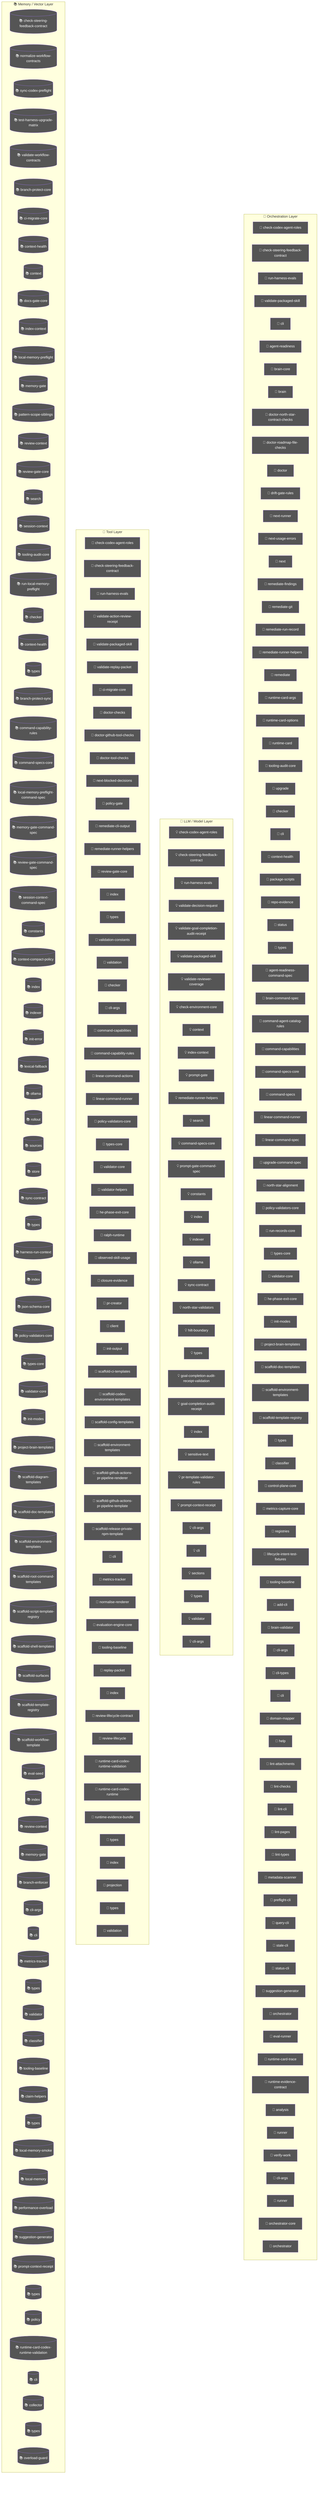
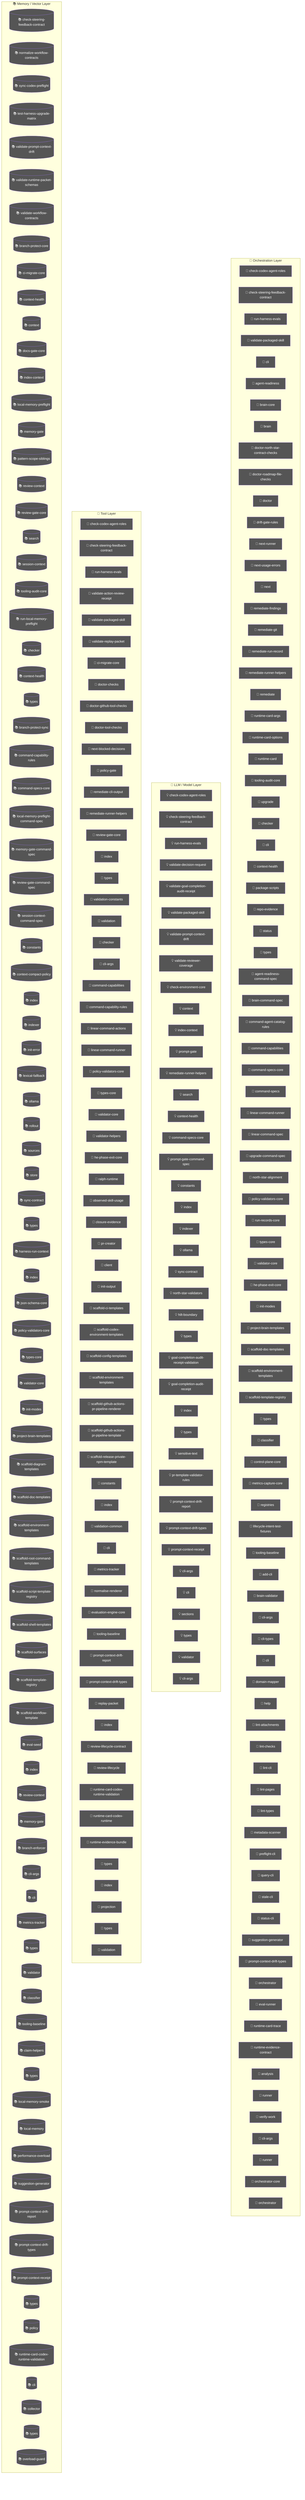
flowchart TD
  subgraph Orchestration["🎯 Orchestration Layer"]
    node_agent_mmd_orchestration_layer_orchestration_chec_7a9f0b64["🤖 check-codex-agent-roles"]
    node_agent_mmd_orchestration_layer_orchestration_chec_7fd47f5c["🤖 check-steering-feedback-contract"]
    node_agent_mmd_orchestration_layer_orchestration_run__18817957["🤖 run-harness-evals"]
    node_agent_mmd_orchestration_layer_orchestration_vali_c01b04be["🤖 validate-packaged-skill"]
    cli_99bb8840["🤖 cli"]
    agent_readiness_c82c68e6["🤖 agent-readiness"]
    brain_core_aa07c380["🤖 brain-core"]
    brain_bbbf7a64["🤖 brain"]
    doctor_north_star_contract_checks_0048124c["🤖 doctor-north-star-contract-checks"]
    doctor_roadmap_file_checks_14447b8e["🤖 doctor-roadmap-file-checks"]
    doctor_72f4be89["🤖 doctor"]
    drift_gate_rules_9685e72d["🤖 drift-gate-rules"]
    next_runner_41643472["🤖 next-runner"]
    next_usage_errors_837a345a["🤖 next-usage-errors"]
    next_c6c1c9a9["🤖 next"]
    remediate_findings_8b09c8c6["🤖 remediate-findings"]
    remediate_git_58c6f6f4["🤖 remediate-git"]
    remediate_run_record_9dfe5dc1["🤖 remediate-run-record"]
    node_agent_mmd_orchestration_layer_orchestration_reme_359fe98f["🤖 remediate-runner-helpers"]
    remediate_06b9c7fc["🤖 remediate"]
    runtime_card_args_2b3d4b28["🤖 runtime-card-args"]
    runtime_card_options_c9156ad5["🤖 runtime-card-options"]
    runtime_card_e06b53e1["🤖 runtime-card"]
    node_agent_mmd_orchestration_layer_orchestration_tool_acfe0c01["🤖 tooling-audit-core"]
    upgrade_7fef9479["🤖 upgrade"]
    node_agent_mmd_orchestration_layer_orchestration_chec_0550c395["🤖 checker"]
    cli_1_084e05fe["🤖 cli"]
    node_agent_mmd_orchestration_layer_orchestration_cont_61b3b9c9["🤖 context-health"]
    package_scripts_3ee6150f["🤖 package-scripts"]
    repo_evidence_38bb1de5["🤖 repo-evidence"]
    status_073c1634["🤖 status"]
    node_agent_mmd_orchestration_layer_orchestration_type_4f906dcc["🤖 types"]
    agent_readiness_command_spec_a30c2c1e["🤖 agent-readiness-command-spec"]
    brain_command_spec_15b122d5["🤖 brain-command-spec"]
    command_agent_catalog_rules_8e06b2af["🤖 command-agent-catalog-rules"]
    node_agent_mmd_orchestration_layer_orchestration_comm_6e41a7f7["🤖 command-capabilities"]
    node_agent_mmd_orchestration_layer_orchestration_comm_1f8cc24c["🤖 command-specs-core"]
    command_specs_69167c63["🤖 command-specs"]
    node_agent_mmd_orchestration_layer_orchestration_line_b67affd5["🤖 linear-command-runner"]
    linear_command_spec_1e12dd44["🤖 linear-command-spec"]
    upgrade_command_spec_03f6c7bd["🤖 upgrade-command-spec"]
    north_star_alignment_00440188["🤖 north-star-alignment"]
    node_agent_mmd_orchestration_layer_orchestration_poli_3270b55d["🤖 policy-validators-core"]
    run_records_core_89286dfa["🤖 run-records-core"]
    node_agent_mmd_orchestration_layer_orchestration_type_7cf81261["🤖 types-core"]
    node_agent_mmd_orchestration_layer_orchestration_vali_d9fe99e6["🤖 validator-core"]
    node_agent_mmd_orchestration_layer_orchestration_he_p_fc778c24["🤖 he-phase-exit-core"]
    node_agent_mmd_orchestration_layer_orchestration_init_2a9c3ecb["🤖 init-modes"]
    node_agent_mmd_orchestration_layer_orchestration_proj_6ab6f60f["🤖 project-brain-templates"]
    node_agent_mmd_orchestration_layer_orchestration_scaf_12cc07db["🤖 scaffold-doc-templates"]
    node_agent_mmd_orchestration_layer_orchestration_scaf_c9a90c2f["🤖 scaffold-environment-templates"]
    node_agent_mmd_orchestration_layer_orchestration_scaf_ff8f92f6["🤖 scaffold-template-registry"]
    types_15_86775c96["🤖 types"]
    node_agent_mmd_orchestration_layer_orchestration_clas_899b821a["🤖 classifier"]
    control_plane_core_db3b4cb2["🤖 control-plane-core"]
    metrics_capture_core_db4bf7cf["🤖 metrics-capture-core"]
    registries_06402afa["🤖 registries"]
    lifecycle_intent_test_fixtures_a53c7ada["🤖 lifecycle-intent-test-fixtures"]
    node_agent_mmd_orchestration_layer_orchestration_tool_cc43149f["🤖 tooling-baseline"]
    add_cli_7614de25["🤖 add-cli"]
    brain_validator_be251832["🤖 brain-validator"]
    cli_args_8_d546936e["🤖 cli-args"]
    cli_types_1686e858["🤖 cli-types"]
    cli_9_b54c1407["🤖 cli"]
    domain_mapper_cd9333d2["🤖 domain-mapper"]
    help_106a5842["🤖 help"]
    lint_attachments_873c0632["🤖 lint-attachments"]
    lint_checks_83522b19["🤖 lint-checks"]
    lint_cli_9ec62ec0["🤖 lint-cli"]
    lint_pages_e33301d0["🤖 lint-pages"]
    lint_types_2862c255["🤖 lint-types"]
    metadata_scanner_6a101b66["🤖 metadata-scanner"]
    preflight_cli_5d148379["🤖 preflight-cli"]
    query_cli_b95be64d["🤖 query-cli"]
    stale_cli_64548720["🤖 stale-cli"]
    status_cli_4c24a0d6["🤖 status-cli"]
    node_agent_mmd_orchestration_layer_orchestration_sugg_85c5ebe3["🤖 suggestion-generator"]
+     node_agent_mmd_orchestration_layer_orchestration_prom_77088997["🤖 prompt-context-drift-types"]
    orchestrator_11376b7e["🤖 orchestrator"]
    eval_runner_0966a6b3["🤖 eval-runner"]
    runtime_card_trace_64a5ca95["🤖 runtime-card-trace"]
    runtime_evidence_contract_0f7b15b2["🤖 runtime-evidence-contract"]
    analysis_f44e85c4["🤖 analysis"]
    runner_527aa9f4["🤖 runner"]
    verify_work_1_cd8e7ec3["🤖 verify-work"]
    cli_args_14_3481043e["🤖 cli-args"]
    runner_1_6f281bf8["🤖 runner"]
    orchestrator_core_d0678b53["🤖 orchestrator-core"]
    orchestrator_1_6b7137c5["🤖 orchestrator"]
  end
  subgraph LLMLayer["🧠 LLM / Model Layer"]
    node_agent_mmd_llm_model_layer_llmlayer_check_codex_a_29e7b7fa["💡 check-codex-agent-roles"]
    node_agent_mmd_llm_model_layer_llmlayer_check_steerin_0e1bf90d["💡 check-steering-feedback-contract"]
    node_agent_mmd_llm_model_layer_llmlayer_run_harness_e_603fcfdc["💡 run-harness-evals"]
    validate_decision_request_2e5c325e["💡 validate-decision-request"]
    validate_goal_completion_audit_receipt_100d252c["💡 validate-goal-completion-audit-receipt"]
    node_agent_mmd_llm_model_layer_llmlayer_validate_pack_2a12e1f4["💡 validate-packaged-skill"]
+     node_agent_mmd_llm_model_layer_llmlayer_validate_prom_9880f764["💡 validate-prompt-context-drift"]
    validate_reviewer_coverage_251efee3["💡 validate-reviewer-coverage"]
    check_environment_core_2c16213f["💡 check-environment-core"]
    node_agent_mmd_llm_model_layer_llmlayer_context_conte_ad2dfbd9["💡 context"]
    node_agent_mmd_llm_model_layer_llmlayer_index_context_1041bd11["💡 index-context"]
    prompt_gate_c5e9d207["💡 prompt-gate"]
    node_agent_mmd_llm_model_layer_llmlayer_remediate_run_9e3d4585["💡 remediate-runner-helpers"]
    node_agent_mmd_llm_model_layer_llmlayer_search_search_66b9a911["💡 search"]
+     node_agent_mmd_llm_model_layer_llmlayer_context_healt_cfc0bfa8["💡 context-health"]
    node_agent_mmd_llm_model_layer_llmlayer_command_specs_782af9fa["💡 command-specs-core"]
    prompt_gate_command_spec_9a941482["💡 prompt-gate-command-spec"]
    node_agent_mmd_llm_model_layer_llmlayer_constants_con_c9bd3f6c["💡 constants"]
    node_agent_mmd_llm_model_layer_llmlayer_index_index_1_02e160ff["💡 index"]
    node_agent_mmd_llm_model_layer_llmlayer_indexer_index_4f4deef5["💡 indexer"]
    node_agent_mmd_llm_model_layer_llmlayer_ollama_ollama_968b23fa["💡 ollama"]
    node_agent_mmd_llm_model_layer_llmlayer_sync_contract_9f3cc8c1["💡 sync-contract"]
    north_star_validators_cfc926ce["💡 north-star-validators"]
    hilt_boundary_9b36fb15["💡 hilt-boundary"]
    types_9_1db4641f["💡 types"]
    goal_completion_audit_receipt_validation_9d0f4891["💡 goal-completion-audit-receipt-validation"]
    goal_completion_audit_receipt_5e4939c3["💡 goal-completion-audit-receipt"]
    index_4_013aa0e3["💡 index"]
+     node_agent_mmd_llm_model_layer_llmlayer_constants_con_c9bd3f6c["💡 constants"]
+     types_16_0fae1112["💡 types"]
    sensitive_text_7c11f760["💡 sensitive-text"]
    pr_template_validator_rules_20a32d6b["💡 pr-template-validator-rules"]
+     node_agent_mmd_llm_model_layer_llmlayer_index_index_1_02e160ff["💡 index"]
+     node_agent_mmd_llm_model_layer_llmlayer_prompt_contex_9683b128["💡 prompt-context-drift-report"]
+     node_agent_mmd_llm_model_layer_llmlayer_prompt_contex_e5066b88["💡 prompt-context-drift-types"]
    node_agent_mmd_llm_model_layer_llmlayer_index_index_1_02e160ff["💡 index"]
    node_agent_mmd_llm_model_layer_llmlayer_prompt_contex_6426acc2["💡 prompt-context-receipt"]
    cli_args_9_9c136878["💡 cli-args"]
    cli_10_35dc8cbd["💡 cli"]
    sections_4697ef32["💡 sections"]
-     types_25_89d086aa["💡 types"]
+     types_26_a5814179["💡 types"]
    validator_6_3688adbf["💡 validator"]
    cli_args_10_861cdd3f["💡 cli-args"]
  end
  subgraph ToolLayer["🔧 Tool Layer"]
    node_agent_mmd_tool_layer_toollayer_check_codex_agent_4b361d5a["🔧 check-codex-agent-roles"]
    node_agent_mmd_tool_layer_toollayer_check_steering_fe_eafecf3a["🔧 check-steering-feedback-contract"]
    node_agent_mmd_tool_layer_toollayer_run_harness_evals_e2ee24f1["🔧 run-harness-evals"]
    validate_action_review_receipt_fa2f06c3["🔧 validate-action-review-receipt"]
    node_agent_mmd_tool_layer_toollayer_validate_packaged_2855c827["🔧 validate-packaged-skill"]
    validate_replay_packet_f309747e["🔧 validate-replay-packet"]
    node_agent_mmd_tool_layer_toollayer_ci_migrate_core_c_049f8460["🔧 ci-migrate-core"]
    doctor_checks_5a2eb2b9["🔧 doctor-checks"]
    doctor_github_tool_checks_a53b0382["🔧 doctor-github-tool-checks"]
    doctor_tool_checks_4acac51a["🔧 doctor-tool-checks"]
    next_blocked_decisions_4140ad2b["🔧 next-blocked-decisions"]
    policy_gate_213f7313["🔧 policy-gate"]
    remediate_cli_output_cc165396["🔧 remediate-cli-output"]
    node_agent_mmd_tool_layer_toollayer_remediate_runner__c003b871["🔧 remediate-runner-helpers"]
    node_agent_mmd_tool_layer_toollayer_review_gate_core__7704598b["🔧 review-gate-core"]
    index_1bc04b52["🔧 index"]
    types_1_4ecdf56e["🔧 types"]
    validation_constants_e002a0f6["🔧 validation-constants"]
    validation_98c41dcd["🔧 validation"]
    node_agent_mmd_tool_layer_toollayer_checker_checker_2_453d593b["🔧 checker"]
    cli_args_1_6144b055["🔧 cli-args"]
    node_agent_mmd_tool_layer_toollayer_command_capabilit_7fe13db1["🔧 command-capabilities"]
    node_agent_mmd_tool_layer_toollayer_command_capabilit_e97a4615["🔧 command-capability-rules"]
    linear_command_actions_e430f4f4["🔧 linear-command-actions"]
    node_agent_mmd_tool_layer_toollayer_linear_command_ru_d6763748["🔧 linear-command-runner"]
    node_agent_mmd_tool_layer_toollayer_policy_validators_af136abf["🔧 policy-validators-core"]
    node_agent_mmd_tool_layer_toollayer_types_core_types__6c8319b6["🔧 types-core"]
    node_agent_mmd_tool_layer_toollayer_validator_core_va_6ef6131f["🔧 validator-core"]
    validator_helpers_7b927667["🔧 validator-helpers"]
    node_agent_mmd_tool_layer_toollayer_he_phase_exit_cor_af016160["🔧 he-phase-exit-core"]
    ralph_runtime_73d63c0e["🔧 ralph-runtime"]
    observed_skill_usage_ed7d5930["🔧 observed-skill-usage"]
    closure_evidence_aaa31467["🔧 closure-evidence"]
    pr_creator_dc6b1ea4["🔧 pr-creator"]
    client_948fe603["🔧 client"]
    init_output_360dce91["🔧 init-output"]
    scaffold_ci_templates_2afd6392["🔧 scaffold-ci-templates"]
    scaffold_codex_environment_templates_334fbbed["🔧 scaffold-codex-environment-templates"]
    scaffold_config_templates_4b80ce53["🔧 scaffold-config-templates"]
    node_agent_mmd_tool_layer_toollayer_scaffold_environm_c1afc013["🔧 scaffold-environment-templates"]
    scaffold_github_actions_pr_pipeline_renderer_1ee18de5["🔧 scaffold-github-actions-pr-pipeline-renderer"]
    scaffold_github_actions_pr_pipeline_template_e2b85f62["🔧 scaffold-github-actions-pr-pipeline-template"]
    scaffold_release_private_npm_template_075499f8["🔧 scaffold-release-private-npm-template"]
+     node_agent_mmd_tool_layer_toollayer_constants_constan_9d71b829["🔧 constants"]
+     index_8_6f0f20ec["🔧 index"]
+     validation_common_6161e48b["🔧 validation-common"]
    node_agent_mmd_tool_layer_toollayer_cli_cli_2_1_32d9eeaf["🔧 cli"]
    node_agent_mmd_tool_layer_toollayer_metrics_tracker_m_4c9237d8["🔧 metrics-tracker"]
    normalise_renderer_85f2e563["🔧 normalise-renderer"]
    evaluation_engine_core_e054fe49["🔧 evaluation-engine-core"]
    node_agent_mmd_tool_layer_toollayer_tooling_baseline__61e66e9f["🔧 tooling-baseline"]
+     node_agent_mmd_tool_layer_toollayer_prompt_context_dr_801c86ff["🔧 prompt-context-drift-report"]
+     node_agent_mmd_tool_layer_toollayer_prompt_context_dr_bd82da46["🔧 prompt-context-drift-types"]
    replay_packet_a1293f88["🔧 replay-packet"]
-     index_11_ffcd5842["🔧 index"]
+     index_13_97df39c8["🔧 index"]
    review_lifecycle_contract_e5447221["🔧 review-lifecycle-contract"]
    review_lifecycle_89afa64c["🔧 review-lifecycle"]
    node_agent_mmd_tool_layer_toollayer_runtime_card_code_3636ceac["🔧 runtime-card-codex-runtime-validation"]
    runtime_card_codex_runtime_0655e230["🔧 runtime-card-codex-runtime"]
    runtime_evidence_bundle_d471a232["🔧 runtime-evidence-bundle"]
-     types_34_85e6a0bb["🔧 types"]
-     index_14_d982116c["🔧 index"]
+     types_35_93e66c64["🔧 types"]
+     index_16_373c8a49["🔧 index"]
    projection_1b250ea1["🔧 projection"]
-     types_36_674380ec["🔧 types"]
-     validation_6_097a7ce3["🔧 validation"]
+     types_37_32ccf9f9["🔧 types"]
+     validation_7_c4e6d8b6["🔧 validation"]
  end
  subgraph MemoryLayer["📚 Memory / Vector Layer"]
    node_agent_mmd_memory_vector_layer_memorylayer_check__64c86928[("📚 check-steering-feedback-contract")]
    normalize_workflow_contracts_8701f1c8[("📚 normalize-workflow-contracts")]
    sync_codex_preflight_7e7a8dc2[("📚 sync-codex-preflight")]
    test_harness_upgrade_matrix_84113c4e[("📚 test-harness-upgrade-matrix")]
+     node_agent_mmd_memory_vector_layer_memorylayer_valida_c52c4db8[("📚 validate-prompt-context-drift")]
+     validate_runtime_packet_schemas_bc3ba8ec[("📚 validate-runtime-packet-schemas")]
    validate_workflow_contracts_33dc063c[("📚 validate-workflow-contracts")]
    branch_protect_core_a8feb0fd[("📚 branch-protect-core")]
    node_agent_mmd_memory_vector_layer_memorylayer_ci_mig_0cd5b1a4[("📚 ci-migrate-core")]
    context_health_80bb7da9[("📚 context-health")]
    node_agent_mmd_memory_vector_layer_memorylayer_contex_78ceaaa9[("📚 context")]
    docs_gate_core_eb9b6c18[("📚 docs-gate-core")]
    node_agent_mmd_memory_vector_layer_memorylayer_index__6f3402d0[("📚 index-context")]
    local_memory_preflight_dcc36c42[("📚 local-memory-preflight")]
    memory_gate_a577a506[("📚 memory-gate")]
    pattern_scope_siblings_43abe000[("📚 pattern-scope-siblings")]
    review_context_ca6cf81d[("📚 review-context")]
    node_agent_mmd_memory_vector_layer_memorylayer_review_5bee9816[("📚 review-gate-core")]
    node_agent_mmd_memory_vector_layer_memorylayer_search_ac35cb7e[("📚 search")]
    session_context_e5ec72c0[("📚 session-context")]
    node_agent_mmd_memory_vector_layer_memorylayer_toolin_a1185b8f[("📚 tooling-audit-core")]
    run_local_memory_preflight_36e92808[("📚 run-local-memory-preflight")]
    node_agent_mmd_memory_vector_layer_memorylayer_checke_a583eb4f[("📚 checker")]
-     node_agent_mmd_memory_vector_layer_memorylayer_contex_fe0865d6[("📚 context-health")]
+     node_agent_mmd_memory_vector_layer_memorylayer_contex_3204aa0e[("📚 context-health")]
    node_agent_mmd_memory_vector_layer_memorylayer_types__9ad640a0[("📚 types")]
    branch_protect_sync_570adb18[("📚 branch-protect-sync")]
    node_agent_mmd_memory_vector_layer_memorylayer_comman_c72a5d05[("📚 command-capability-rules")]
    node_agent_mmd_memory_vector_layer_memorylayer_comman_111eb454[("📚 command-specs-core")]
    local_memory_preflight_command_spec_9e23f3ce[("📚 local-memory-preflight-command-spec")]
    memory_gate_command_spec_dc9001a9[("📚 memory-gate-command-spec")]
    review_gate_command_spec_3187376a[("📚 review-gate-command-spec")]
    session_context_command_spec_973afbb1[("📚 session-context-command-spec")]
    node_agent_mmd_memory_vector_layer_memorylayer_consta_702d3f46[("📚 constants")]
    context_compact_policy_3dcaf95d[("📚 context-compact-policy")]
    node_agent_mmd_memory_vector_layer_memorylayer_index__752bc61e[("📚 index")]
    node_agent_mmd_memory_vector_layer_memorylayer_indexe_93e6d86f[("📚 indexer")]
    init_error_5c7dd49f[("📚 init-error")]
    lexical_fallback_723e2b3e[("📚 lexical-fallback")]
    node_agent_mmd_memory_vector_layer_memorylayer_ollama_6d51be16[("📚 ollama")]
    rollout_a4fa034c[("📚 rollout")]
    sources_878a52fc[("📚 sources")]
    store_824d80d7[("📚 store")]
    node_agent_mmd_memory_vector_layer_memorylayer_sync_c_e43418bc[("📚 sync-contract")]
    types_7_2f1ed65e[("📚 types")]
    harness_run_context_ac7c77a9[("📚 harness-run-context")]
    index_3_7e40d474[("📚 index")]
    json_schema_core_96d7e328[("📚 json-schema-core")]
    node_agent_mmd_memory_vector_layer_memorylayer_policy_1944de42[("📚 policy-validators-core")]
    node_agent_mmd_memory_vector_layer_memorylayer_types__83f369fa[("📚 types-core")]
    node_agent_mmd_memory_vector_layer_memorylayer_valida_41034356[("📚 validator-core")]
    node_agent_mmd_memory_vector_layer_memorylayer_init_m_333d02c5[("📚 init-modes")]
    node_agent_mmd_memory_vector_layer_memorylayer_projec_3ae304d9[("📚 project-brain-templates")]
    scaffold_diagram_templates_dd88e83c[("📚 scaffold-diagram-templates")]
    node_agent_mmd_memory_vector_layer_memorylayer_scaffo_5fd73b94[("📚 scaffold-doc-templates")]
    node_agent_mmd_memory_vector_layer_memorylayer_scaffo_12b42341[("📚 scaffold-environment-templates")]
    scaffold_root_command_templates_404fed7f[("📚 scaffold-root-command-templates")]
    scaffold_script_template_registry_69312d4e[("📚 scaffold-script-template-registry")]
    scaffold_shell_templates_0ad0f915[("📚 scaffold-shell-templates")]
    scaffold_surfaces_12d6494e[("📚 scaffold-surfaces")]
    node_agent_mmd_memory_vector_layer_memorylayer_scaffo_a86eece1[("📚 scaffold-template-registry")]
    scaffold_workflow_template_92310587[("📚 scaffold-workflow-template")]
    eval_seed_5699fd3e[("📚 eval-seed")]
-     index_8_6f0f20ec[("📚 index")]
+     index_9_32dd4d91[("📚 index")]
    review_context_1_e3afed15[("📚 review-context")]
    memory_gate_1_265164ac[("📚 memory-gate")]
    branch_enforcer_acb749cd[("📚 branch-enforcer")]
    cli_args_5_09ea29f0[("📚 cli-args")]
    node_agent_mmd_memory_vector_layer_memorylayer_cli_cl_1f1f89ab[("📚 cli")]
    node_agent_mmd_memory_vector_layer_memorylayer_metric_12562178[("📚 metrics-tracker")]
-     types_17_ed30531c[("📚 types")]
+     types_18_37582e2a[("📚 types")]
    validator_4_5180cf23[("📚 validator")]
    node_agent_mmd_memory_vector_layer_memorylayer_classi_1ebbf5ff[("📚 classifier")]
    node_agent_mmd_memory_vector_layer_memorylayer_toolin_14f86b00[("📚 tooling-baseline")]
    claim_helpers_20dc8387[("📚 claim-helpers")]
-     types_22_f3cf4a73[("📚 types")]
+     types_23_4352ee2e[("📚 types")]
    local_memory_smoke_1175abfc[("📚 local-memory-smoke")]
    local_memory_0db17ecc[("📚 local-memory")]
    performance_overload_c685bfcf[("📚 performance-overload")]
    node_agent_mmd_memory_vector_layer_memorylayer_sugges_267f408d[("📚 suggestion-generator")]
    node_agent_mmd_memory_vector_layer_memorylayer_index__752bc61e[("📚 index")]
+     node_agent_mmd_memory_vector_layer_memorylayer_prompt_84937d91[("📚 prompt-context-drift-report")]
+     node_agent_mmd_memory_vector_layer_memorylayer_prompt_efd77624[("📚 prompt-context-drift-types")]
+     node_agent_mmd_memory_vector_layer_memorylayer_index__752bc61e[("📚 index")]
    node_agent_mmd_memory_vector_layer_memorylayer_prompt_55c0d605[("📚 prompt-context-receipt")]
-     types_29_929d5a70[("📚 types")]
+     types_30_424b976c[("📚 types")]
    policy_1_fc4198db[("📚 policy")]
    node_agent_mmd_memory_vector_layer_memorylayer_runtim_a5d23e7f[("📚 runtime-card-codex-runtime-validation")]
    cli_11_338a8415[("📚 cli")]
    collector_0736fd5b[("📚 collector")]
-     types_32_bfe791ff[("📚 types")]
+     types_33_16e22a82[("📚 types")]
    overload_guard_2748c559[("📚 overload-guard")]
  end
  classDef agentNode fill:#555,color:#fff
-   class node_agent_mmd_orchestration_layer_orchestration_chec_7a9f0b64,node_agent_mmd_llm_model_layer_llmlayer_check_codex_a_29e7b7fa,node_agent_mmd_tool_layer_toollayer_check_codex_agent_4b361d5a,node_agent_mmd_orchestration_layer_orchestration_chec_7fd47f5c,node_agent_mmd_llm_model_layer_llmlayer_check_steerin_0e1bf90d,node_agent_mmd_tool_layer_toollayer_check_steering_fe_eafecf3a,node_agent_mmd_memory_vector_layer_memorylayer_check__64c86928,node_agent_mmd_orchestration_layer_orchestration_run__18817957,node_agent_mmd_llm_model_layer_llmlayer_run_harness_e_603fcfdc,node_agent_mmd_tool_layer_toollayer_run_harness_evals_e2ee24f1,node_agent_mmd_orchestration_layer_orchestration_vali_c01b04be,node_agent_mmd_llm_model_layer_llmlayer_validate_pack_2a12e1f4,node_agent_mmd_tool_layer_toollayer_validate_packaged_2855c827,cli_99bb8840,agent_readiness_c82c68e6,brain_core_aa07c380,brain_bbbf7a64,doctor_north_star_contract_checks_0048124c,doctor_roadmap_file_checks_14447b8e,doctor_72f4be89,drift_gate_rules_9685e72d,next_runner_41643472,next_usage_errors_837a345a,next_c6c1c9a9,remediate_findings_8b09c8c6,remediate_git_58c6f6f4,remediate_run_record_9dfe5dc1,node_agent_mmd_orchestration_layer_orchestration_reme_359fe98f,node_agent_mmd_llm_model_layer_llmlayer_remediate_run_9e3d4585,node_agent_mmd_tool_layer_toollayer_remediate_runner__c003b871,remediate_06b9c7fc,runtime_card_args_2b3d4b28,runtime_card_options_c9156ad5,runtime_card_e06b53e1,node_agent_mmd_orchestration_layer_orchestration_tool_acfe0c01,node_agent_mmd_memory_vector_layer_memorylayer_toolin_a1185b8f,upgrade_7fef9479,node_agent_mmd_orchestration_layer_orchestration_chec_0550c395,node_agent_mmd_tool_layer_toollayer_checker_checker_2_453d593b,node_agent_mmd_memory_vector_layer_memorylayer_checke_a583eb4f,cli_1_084e05fe,node_agent_mmd_orchestration_layer_orchestration_cont_61b3b9c9,node_agent_mmd_memory_vector_layer_memorylayer_contex_fe0865d6,package_scripts_3ee6150f,repo_evidence_38bb1de5,status_073c1634,node_agent_mmd_orchestration_layer_orchestration_type_4f906dcc,node_agent_mmd_memory_vector_layer_memorylayer_types__9ad640a0,agent_readiness_command_spec_a30c2c1e,brain_command_spec_15b122d5,command_agent_catalog_rules_8e06b2af,node_agent_mmd_orchestration_layer_orchestration_comm_6e41a7f7,node_agent_mmd_tool_layer_toollayer_command_capabilit_7fe13db1,node_agent_mmd_orchestration_layer_orchestration_comm_1f8cc24c,node_agent_mmd_llm_model_layer_llmlayer_command_specs_782af9fa,node_agent_mmd_memory_vector_layer_memorylayer_comman_111eb454,command_specs_69167c63,node_agent_mmd_orchestration_layer_orchestration_line_b67affd5,node_agent_mmd_tool_layer_toollayer_linear_command_ru_d6763748,linear_command_spec_1e12dd44,upgrade_command_spec_03f6c7bd,north_star_alignment_00440188,node_agent_mmd_orchestration_layer_orchestration_poli_3270b55d,node_agent_mmd_tool_layer_toollayer_policy_validators_af136abf,node_agent_mmd_memory_vector_layer_memorylayer_policy_1944de42,run_records_core_89286dfa,node_agent_mmd_orchestration_layer_orchestration_type_7cf81261,node_agent_mmd_tool_layer_toollayer_types_core_types__6c8319b6,node_agent_mmd_memory_vector_layer_memorylayer_types__83f369fa,node_agent_mmd_orchestration_layer_orchestration_vali_d9fe99e6,node_agent_mmd_tool_layer_toollayer_validator_core_va_6ef6131f,node_agent_mmd_memory_vector_layer_memorylayer_valida_41034356,node_agent_mmd_orchestration_layer_orchestration_he_p_fc778c24,node_agent_mmd_tool_layer_toollayer_he_phase_exit_cor_af016160,node_agent_mmd_orchestration_layer_orchestration_init_2a9c3ecb,node_agent_mmd_memory_vector_layer_memorylayer_init_m_333d02c5,node_agent_mmd_orchestration_layer_orchestration_proj_6ab6f60f,node_agent_mmd_memory_vector_layer_memorylayer_projec_3ae304d9,node_agent_mmd_orchestration_layer_orchestration_scaf_12cc07db,node_agent_mmd_memory_vector_layer_memorylayer_scaffo_5fd73b94,node_agent_mmd_orchestration_layer_orchestration_scaf_c9a90c2f,node_agent_mmd_tool_layer_toollayer_scaffold_environm_c1afc013,node_agent_mmd_memory_vector_layer_memorylayer_scaffo_12b42341,node_agent_mmd_orchestration_layer_orchestration_scaf_ff8f92f6,node_agent_mmd_memory_vector_layer_memorylayer_scaffo_a86eece1,types_15_86775c96,node_agent_mmd_orchestration_layer_orchestration_clas_899b821a,node_agent_mmd_memory_vector_layer_memorylayer_classi_1ebbf5ff,control_plane_core_db3b4cb2,metrics_capture_core_db4bf7cf,registries_06402afa,lifecycle_intent_test_fixtures_a53c7ada,node_agent_mmd_orchestration_layer_orchestration_tool_cc43149f,node_agent_mmd_tool_layer_toollayer_tooling_baseline__61e66e9f,node_agent_mmd_memory_vector_layer_memorylayer_toolin_14f86b00,add_cli_7614de25,brain_validator_be251832,cli_args_8_d546936e,cli_types_1686e858,cli_9_b54c1407,domain_mapper_cd9333d2,help_106a5842,lint_attachments_873c0632,lint_checks_83522b19,lint_cli_9ec62ec0,lint_pages_e33301d0,lint_types_2862c255,metadata_scanner_6a101b66,preflight_cli_5d148379,query_cli_b95be64d,stale_cli_64548720,status_cli_4c24a0d6,node_agent_mmd_orchestration_layer_orchestration_sugg_85c5ebe3,node_agent_mmd_memory_vector_layer_memorylayer_sugges_267f408d,orchestrator_11376b7e,eval_runner_0966a6b3,runtime_card_trace_64a5ca95,runtime_evidence_contract_0f7b15b2,analysis_f44e85c4,runner_527aa9f4,verify_work_1_cd8e7ec3,cli_args_14_3481043e,runner_1_6f281bf8,orchestrator_core_d0678b53,orchestrator_1_6b7137c5 agentNode
+   class node_agent_mmd_orchestration_layer_orchestration_chec_7a9f0b64,node_agent_mmd_llm_model_layer_llmlayer_check_codex_a_29e7b7fa,node_agent_mmd_tool_layer_toollayer_check_codex_agent_4b361d5a,node_agent_mmd_orchestration_layer_orchestration_chec_7fd47f5c,node_agent_mmd_llm_model_layer_llmlayer_check_steerin_0e1bf90d,node_agent_mmd_tool_layer_toollayer_check_steering_fe_eafecf3a,node_agent_mmd_memory_vector_layer_memorylayer_check__64c86928,node_agent_mmd_orchestration_layer_orchestration_run__18817957,node_agent_mmd_llm_model_layer_llmlayer_run_harness_e_603fcfdc,node_agent_mmd_tool_layer_toollayer_run_harness_evals_e2ee24f1,node_agent_mmd_orchestration_layer_orchestration_vali_c01b04be,node_agent_mmd_llm_model_layer_llmlayer_validate_pack_2a12e1f4,node_agent_mmd_tool_layer_toollayer_validate_packaged_2855c827,cli_99bb8840,agent_readiness_c82c68e6,brain_core_aa07c380,brain_bbbf7a64,doctor_north_star_contract_checks_0048124c,doctor_roadmap_file_checks_14447b8e,doctor_72f4be89,drift_gate_rules_9685e72d,next_runner_41643472,next_usage_errors_837a345a,next_c6c1c9a9,remediate_findings_8b09c8c6,remediate_git_58c6f6f4,remediate_run_record_9dfe5dc1,node_agent_mmd_orchestration_layer_orchestration_reme_359fe98f,node_agent_mmd_llm_model_layer_llmlayer_remediate_run_9e3d4585,node_agent_mmd_tool_layer_toollayer_remediate_runner__c003b871,remediate_06b9c7fc,runtime_card_args_2b3d4b28,runtime_card_options_c9156ad5,runtime_card_e06b53e1,node_agent_mmd_orchestration_layer_orchestration_tool_acfe0c01,node_agent_mmd_memory_vector_layer_memorylayer_toolin_a1185b8f,upgrade_7fef9479,node_agent_mmd_orchestration_layer_orchestration_chec_0550c395,node_agent_mmd_tool_layer_toollayer_checker_checker_2_453d593b,node_agent_mmd_memory_vector_layer_memorylayer_checke_a583eb4f,cli_1_084e05fe,node_agent_mmd_orchestration_layer_orchestration_cont_61b3b9c9,node_agent_mmd_llm_model_layer_llmlayer_context_healt_cfc0bfa8,node_agent_mmd_memory_vector_layer_memorylayer_contex_3204aa0e,package_scripts_3ee6150f,repo_evidence_38bb1de5,status_073c1634,node_agent_mmd_orchestration_layer_orchestration_type_4f906dcc,node_agent_mmd_memory_vector_layer_memorylayer_types__9ad640a0,agent_readiness_command_spec_a30c2c1e,brain_command_spec_15b122d5,command_agent_catalog_rules_8e06b2af,node_agent_mmd_orchestration_layer_orchestration_comm_6e41a7f7,node_agent_mmd_tool_layer_toollayer_command_capabilit_7fe13db1,node_agent_mmd_orchestration_layer_orchestration_comm_1f8cc24c,node_agent_mmd_llm_model_layer_llmlayer_command_specs_782af9fa,node_agent_mmd_memory_vector_layer_memorylayer_comman_111eb454,command_specs_69167c63,node_agent_mmd_orchestration_layer_orchestration_line_b67affd5,node_agent_mmd_tool_layer_toollayer_linear_command_ru_d6763748,linear_command_spec_1e12dd44,upgrade_command_spec_03f6c7bd,north_star_alignment_00440188,node_agent_mmd_orchestration_layer_orchestration_poli_3270b55d,node_agent_mmd_tool_layer_toollayer_policy_validators_af136abf,node_agent_mmd_memory_vector_layer_memorylayer_policy_1944de42,run_records_core_89286dfa,node_agent_mmd_orchestration_layer_orchestration_type_7cf81261,node_agent_mmd_tool_layer_toollayer_types_core_types__6c8319b6,node_agent_mmd_memory_vector_layer_memorylayer_types__83f369fa,node_agent_mmd_orchestration_layer_orchestration_vali_d9fe99e6,node_agent_mmd_tool_layer_toollayer_validator_core_va_6ef6131f,node_agent_mmd_memory_vector_layer_memorylayer_valida_41034356,node_agent_mmd_orchestration_layer_orchestration_he_p_fc778c24,node_agent_mmd_tool_layer_toollayer_he_phase_exit_cor_af016160,node_agent_mmd_orchestration_layer_orchestration_init_2a9c3ecb,node_agent_mmd_memory_vector_layer_memorylayer_init_m_333d02c5,node_agent_mmd_orchestration_layer_orchestration_proj_6ab6f60f,node_agent_mmd_memory_vector_layer_memorylayer_projec_3ae304d9,node_agent_mmd_orchestration_layer_orchestration_scaf_12cc07db,node_agent_mmd_memory_vector_layer_memorylayer_scaffo_5fd73b94,node_agent_mmd_orchestration_layer_orchestration_scaf_c9a90c2f,node_agent_mmd_tool_layer_toollayer_scaffold_environm_c1afc013,node_agent_mmd_memory_vector_layer_memorylayer_scaffo_12b42341,node_agent_mmd_orchestration_layer_orchestration_scaf_ff8f92f6,node_agent_mmd_memory_vector_layer_memorylayer_scaffo_a86eece1,types_15_86775c96,node_agent_mmd_orchestration_layer_orchestration_clas_899b821a,node_agent_mmd_memory_vector_layer_memorylayer_classi_1ebbf5ff,control_plane_core_db3b4cb2,metrics_capture_core_db4bf7cf,registries_06402afa,lifecycle_intent_test_fixtures_a53c7ada,node_agent_mmd_orchestration_layer_orchestration_tool_cc43149f,node_agent_mmd_tool_layer_toollayer_tooling_baseline__61e66e9f,node_agent_mmd_memory_vector_layer_memorylayer_toolin_14f86b00,add_cli_7614de25,brain_validator_be251832,cli_args_8_d546936e,cli_types_1686e858,cli_9_b54c1407,domain_mapper_cd9333d2,help_106a5842,lint_attachments_873c0632,lint_checks_83522b19,lint_cli_9ec62ec0,lint_pages_e33301d0,lint_types_2862c255,metadata_scanner_6a101b66,preflight_cli_5d148379,query_cli_b95be64d,stale_cli_64548720,status_cli_4c24a0d6,node_agent_mmd_orchestration_layer_orchestration_sugg_85c5ebe3,node_agent_mmd_memory_vector_layer_memorylayer_sugges_267f408d,node_agent_mmd_orchestration_layer_orchestration_prom_77088997,node_agent_mmd_llm_model_layer_llmlayer_prompt_contex_e5066b88,node_agent_mmd_tool_layer_toollayer_prompt_context_dr_bd82da46,node_agent_mmd_memory_vector_layer_memorylayer_prompt_efd77624,orchestrator_11376b7e,eval_runner_0966a6b3,runtime_card_trace_64a5ca95,runtime_evidence_contract_0f7b15b2,analysis_f44e85c4,runner_527aa9f4,verify_work_1_cd8e7ec3,cli_args_14_3481043e,runner_1_6f281bf8,orchestrator_core_d0678b53,orchestrator_1_6b7137c5 agentNode
  classDef llmNode fill:#555,color:#fff
-   class node_agent_mmd_orchestration_layer_orchestration_chec_7a9f0b64,node_agent_mmd_llm_model_layer_llmlayer_check_codex_a_29e7b7fa,node_agent_mmd_tool_layer_toollayer_check_codex_agent_4b361d5a,node_agent_mmd_orchestration_layer_orchestration_chec_7fd47f5c,node_agent_mmd_llm_model_layer_llmlayer_check_steerin_0e1bf90d,node_agent_mmd_tool_layer_toollayer_check_steering_fe_eafecf3a,node_agent_mmd_memory_vector_layer_memorylayer_check__64c86928,node_agent_mmd_orchestration_layer_orchestration_run__18817957,node_agent_mmd_llm_model_layer_llmlayer_run_harness_e_603fcfdc,node_agent_mmd_tool_layer_toollayer_run_harness_evals_e2ee24f1,validate_decision_request_2e5c325e,validate_goal_completion_audit_receipt_100d252c,node_agent_mmd_orchestration_layer_orchestration_vali_c01b04be,node_agent_mmd_llm_model_layer_llmlayer_validate_pack_2a12e1f4,node_agent_mmd_tool_layer_toollayer_validate_packaged_2855c827,validate_reviewer_coverage_251efee3,check_environment_core_2c16213f,node_agent_mmd_llm_model_layer_llmlayer_context_conte_ad2dfbd9,node_agent_mmd_memory_vector_layer_memorylayer_contex_78ceaaa9,node_agent_mmd_llm_model_layer_llmlayer_index_context_1041bd11,node_agent_mmd_memory_vector_layer_memorylayer_index__6f3402d0,prompt_gate_c5e9d207,node_agent_mmd_orchestration_layer_orchestration_reme_359fe98f,node_agent_mmd_llm_model_layer_llmlayer_remediate_run_9e3d4585,node_agent_mmd_tool_layer_toollayer_remediate_runner__c003b871,node_agent_mmd_llm_model_layer_llmlayer_search_search_66b9a911,node_agent_mmd_memory_vector_layer_memorylayer_search_ac35cb7e,node_agent_mmd_orchestration_layer_orchestration_comm_1f8cc24c,node_agent_mmd_llm_model_layer_llmlayer_command_specs_782af9fa,node_agent_mmd_memory_vector_layer_memorylayer_comman_111eb454,prompt_gate_command_spec_9a941482,node_agent_mmd_llm_model_layer_llmlayer_constants_con_c9bd3f6c,node_agent_mmd_memory_vector_layer_memorylayer_consta_702d3f46,node_agent_mmd_llm_model_layer_llmlayer_index_index_1_02e160ff,node_agent_mmd_memory_vector_layer_memorylayer_index__752bc61e,node_agent_mmd_llm_model_layer_llmlayer_indexer_index_4f4deef5,node_agent_mmd_memory_vector_layer_memorylayer_indexe_93e6d86f,node_agent_mmd_llm_model_layer_llmlayer_ollama_ollama_968b23fa,node_agent_mmd_memory_vector_layer_memorylayer_ollama_6d51be16,node_agent_mmd_llm_model_layer_llmlayer_sync_contract_9f3cc8c1,node_agent_mmd_memory_vector_layer_memorylayer_sync_c_e43418bc,north_star_validators_cfc926ce,hilt_boundary_9b36fb15,types_9_1db4641f,goal_completion_audit_receipt_validation_9d0f4891,goal_completion_audit_receipt_5e4939c3,index_4_013aa0e3,sensitive_text_7c11f760,pr_template_validator_rules_20a32d6b,node_agent_mmd_llm_model_layer_llmlayer_prompt_contex_6426acc2,node_agent_mmd_memory_vector_layer_memorylayer_prompt_55c0d605,cli_args_9_9c136878,cli_10_35dc8cbd,sections_4697ef32,types_25_89d086aa,validator_6_3688adbf,cli_args_10_861cdd3f llmNode
+   class node_agent_mmd_orchestration_layer_orchestration_chec_7a9f0b64,node_agent_mmd_llm_model_layer_llmlayer_check_codex_a_29e7b7fa,node_agent_mmd_tool_layer_toollayer_check_codex_agent_4b361d5a,node_agent_mmd_orchestration_layer_orchestration_chec_7fd47f5c,node_agent_mmd_llm_model_layer_llmlayer_check_steerin_0e1bf90d,node_agent_mmd_tool_layer_toollayer_check_steering_fe_eafecf3a,node_agent_mmd_memory_vector_layer_memorylayer_check__64c86928,node_agent_mmd_orchestration_layer_orchestration_run__18817957,node_agent_mmd_llm_model_layer_llmlayer_run_harness_e_603fcfdc,node_agent_mmd_tool_layer_toollayer_run_harness_evals_e2ee24f1,validate_decision_request_2e5c325e,validate_goal_completion_audit_receipt_100d252c,node_agent_mmd_orchestration_layer_orchestration_vali_c01b04be,node_agent_mmd_llm_model_layer_llmlayer_validate_pack_2a12e1f4,node_agent_mmd_tool_layer_toollayer_validate_packaged_2855c827,node_agent_mmd_llm_model_layer_llmlayer_validate_prom_9880f764,node_agent_mmd_memory_vector_layer_memorylayer_valida_c52c4db8,validate_reviewer_coverage_251efee3,check_environment_core_2c16213f,node_agent_mmd_llm_model_layer_llmlayer_context_conte_ad2dfbd9,node_agent_mmd_memory_vector_layer_memorylayer_contex_78ceaaa9,node_agent_mmd_llm_model_layer_llmlayer_index_context_1041bd11,node_agent_mmd_memory_vector_layer_memorylayer_index__6f3402d0,prompt_gate_c5e9d207,node_agent_mmd_orchestration_layer_orchestration_reme_359fe98f,node_agent_mmd_llm_model_layer_llmlayer_remediate_run_9e3d4585,node_agent_mmd_tool_layer_toollayer_remediate_runner__c003b871,node_agent_mmd_llm_model_layer_llmlayer_search_search_66b9a911,node_agent_mmd_memory_vector_layer_memorylayer_search_ac35cb7e,node_agent_mmd_orchestration_layer_orchestration_cont_61b3b9c9,node_agent_mmd_llm_model_layer_llmlayer_context_healt_cfc0bfa8,node_agent_mmd_memory_vector_layer_memorylayer_contex_3204aa0e,node_agent_mmd_orchestration_layer_orchestration_comm_1f8cc24c,node_agent_mmd_llm_model_layer_llmlayer_command_specs_782af9fa,node_agent_mmd_memory_vector_layer_memorylayer_comman_111eb454,prompt_gate_command_spec_9a941482,node_agent_mmd_llm_model_layer_llmlayer_constants_con_c9bd3f6c,node_agent_mmd_memory_vector_layer_memorylayer_consta_702d3f46,node_agent_mmd_llm_model_layer_llmlayer_index_index_1_02e160ff,node_agent_mmd_memory_vector_layer_memorylayer_index__752bc61e,node_agent_mmd_llm_model_layer_llmlayer_indexer_index_4f4deef5,node_agent_mmd_memory_vector_layer_memorylayer_indexe_93e6d86f,node_agent_mmd_llm_model_layer_llmlayer_ollama_ollama_968b23fa,node_agent_mmd_memory_vector_layer_memorylayer_ollama_6d51be16,node_agent_mmd_llm_model_layer_llmlayer_sync_contract_9f3cc8c1,node_agent_mmd_memory_vector_layer_memorylayer_sync_c_e43418bc,north_star_validators_cfc926ce,hilt_boundary_9b36fb15,types_9_1db4641f,goal_completion_audit_receipt_validation_9d0f4891,goal_completion_audit_receipt_5e4939c3,index_4_013aa0e3,node_agent_mmd_tool_layer_toollayer_constants_constan_9d71b829,types_16_0fae1112,sensitive_text_7c11f760,pr_template_validator_rules_20a32d6b,node_agent_mmd_llm_model_layer_llmlayer_prompt_contex_9683b128,node_agent_mmd_tool_layer_toollayer_prompt_context_dr_801c86ff,node_agent_mmd_memory_vector_layer_memorylayer_prompt_84937d91,node_agent_mmd_orchestration_layer_orchestration_prom_77088997,node_agent_mmd_llm_model_layer_llmlayer_prompt_contex_e5066b88,node_agent_mmd_tool_layer_toollayer_prompt_context_dr_bd82da46,node_agent_mmd_memory_vector_layer_memorylayer_prompt_efd77624,node_agent_mmd_llm_model_layer_llmlayer_prompt_contex_6426acc2,node_agent_mmd_memory_vector_layer_memorylayer_prompt_55c0d605,cli_args_9_9c136878,cli_10_35dc8cbd,sections_4697ef32,types_26_a5814179,validator_6_3688adbf,cli_args_10_861cdd3f llmNode
  classDef toolNode fill:#555,color:#fff
-   class node_agent_mmd_orchestration_layer_orchestration_chec_7a9f0b64,node_agent_mmd_llm_model_layer_llmlayer_check_codex_a_29e7b7fa,node_agent_mmd_tool_layer_toollayer_check_codex_agent_4b361d5a,node_agent_mmd_orchestration_layer_orchestration_chec_7fd47f5c,node_agent_mmd_llm_model_layer_llmlayer_check_steerin_0e1bf90d,node_agent_mmd_tool_layer_toollayer_check_steering_fe_eafecf3a,node_agent_mmd_memory_vector_layer_memorylayer_check__64c86928,node_agent_mmd_orchestration_layer_orchestration_run__18817957,node_agent_mmd_llm_model_layer_llmlayer_run_harness_e_603fcfdc,node_agent_mmd_tool_layer_toollayer_run_harness_evals_e2ee24f1,validate_action_review_receipt_fa2f06c3,node_agent_mmd_orchestration_layer_orchestration_vali_c01b04be,node_agent_mmd_llm_model_layer_llmlayer_validate_pack_2a12e1f4,node_agent_mmd_tool_layer_toollayer_validate_packaged_2855c827,validate_replay_packet_f309747e,node_agent_mmd_tool_layer_toollayer_ci_migrate_core_c_049f8460,node_agent_mmd_memory_vector_layer_memorylayer_ci_mig_0cd5b1a4,doctor_checks_5a2eb2b9,doctor_github_tool_checks_a53b0382,doctor_tool_checks_4acac51a,next_blocked_decisions_4140ad2b,policy_gate_213f7313,remediate_cli_output_cc165396,node_agent_mmd_orchestration_layer_orchestration_reme_359fe98f,node_agent_mmd_llm_model_layer_llmlayer_remediate_run_9e3d4585,node_agent_mmd_tool_layer_toollayer_remediate_runner__c003b871,node_agent_mmd_tool_layer_toollayer_review_gate_core__7704598b,node_agent_mmd_memory_vector_layer_memorylayer_review_5bee9816,index_1bc04b52,types_1_4ecdf56e,validation_constants_e002a0f6,validation_98c41dcd,node_agent_mmd_orchestration_layer_orchestration_chec_0550c395,node_agent_mmd_tool_layer_toollayer_checker_checker_2_453d593b,node_agent_mmd_memory_vector_layer_memorylayer_checke_a583eb4f,cli_args_1_6144b055,node_agent_mmd_orchestration_layer_orchestration_comm_6e41a7f7,node_agent_mmd_tool_layer_toollayer_command_capabilit_7fe13db1,node_agent_mmd_tool_layer_toollayer_command_capabilit_e97a4615,node_agent_mmd_memory_vector_layer_memorylayer_comman_c72a5d05,linear_command_actions_e430f4f4,node_agent_mmd_orchestration_layer_orchestration_line_b67affd5,node_agent_mmd_tool_layer_toollayer_linear_command_ru_d6763748,node_agent_mmd_orchestration_layer_orchestration_poli_3270b55d,node_agent_mmd_tool_layer_toollayer_policy_validators_af136abf,node_agent_mmd_memory_vector_layer_memorylayer_policy_1944de42,node_agent_mmd_orchestration_layer_orchestration_type_7cf81261,node_agent_mmd_tool_layer_toollayer_types_core_types__6c8319b6,node_agent_mmd_memory_vector_layer_memorylayer_types__83f369fa,node_agent_mmd_orchestration_layer_orchestration_vali_d9fe99e6,node_agent_mmd_tool_layer_toollayer_validator_core_va_6ef6131f,node_agent_mmd_memory_vector_layer_memorylayer_valida_41034356,validator_helpers_7b927667,node_agent_mmd_orchestration_layer_orchestration_he_p_fc778c24,node_agent_mmd_tool_layer_toollayer_he_phase_exit_cor_af016160,ralph_runtime_73d63c0e,observed_skill_usage_ed7d5930,closure_evidence_aaa31467,pr_creator_dc6b1ea4,client_948fe603,init_output_360dce91,scaffold_ci_templates_2afd6392,scaffold_codex_environment_templates_334fbbed,scaffold_config_templates_4b80ce53,node_agent_mmd_orchestration_layer_orchestration_scaf_c9a90c2f,node_agent_mmd_tool_layer_toollayer_scaffold_environm_c1afc013,node_agent_mmd_memory_vector_layer_memorylayer_scaffo_12b42341,scaffold_github_actions_pr_pipeline_renderer_1ee18de5,scaffold_github_actions_pr_pipeline_template_e2b85f62,scaffold_release_private_npm_template_075499f8,node_agent_mmd_tool_layer_toollayer_cli_cli_2_1_32d9eeaf,node_agent_mmd_memory_vector_layer_memorylayer_cli_cl_1f1f89ab,node_agent_mmd_tool_layer_toollayer_metrics_tracker_m_4c9237d8,node_agent_mmd_memory_vector_layer_memorylayer_metric_12562178,normalise_renderer_85f2e563,evaluation_engine_core_e054fe49,node_agent_mmd_orchestration_layer_orchestration_tool_cc43149f,node_agent_mmd_tool_layer_toollayer_tooling_baseline__61e66e9f,node_agent_mmd_memory_vector_layer_memorylayer_toolin_14f86b00,replay_packet_a1293f88,index_11_ffcd5842,review_lifecycle_contract_e5447221,review_lifecycle_89afa64c,node_agent_mmd_tool_layer_toollayer_runtime_card_code_3636ceac,node_agent_mmd_memory_vector_layer_memorylayer_runtim_a5d23e7f,runtime_card_codex_runtime_0655e230,runtime_evidence_bundle_d471a232,types_34_85e6a0bb,index_14_d982116c,projection_1b250ea1,types_36_674380ec,validation_6_097a7ce3 toolNode
+   class node_agent_mmd_orchestration_layer_orchestration_chec_7a9f0b64,node_agent_mmd_llm_model_layer_llmlayer_check_codex_a_29e7b7fa,node_agent_mmd_tool_layer_toollayer_check_codex_agent_4b361d5a,node_agent_mmd_orchestration_layer_orchestration_chec_7fd47f5c,node_agent_mmd_llm_model_layer_llmlayer_check_steerin_0e1bf90d,node_agent_mmd_tool_layer_toollayer_check_steering_fe_eafecf3a,node_agent_mmd_memory_vector_layer_memorylayer_check__64c86928,node_agent_mmd_orchestration_layer_orchestration_run__18817957,node_agent_mmd_llm_model_layer_llmlayer_run_harness_e_603fcfdc,node_agent_mmd_tool_layer_toollayer_run_harness_evals_e2ee24f1,validate_action_review_receipt_fa2f06c3,node_agent_mmd_orchestration_layer_orchestration_vali_c01b04be,node_agent_mmd_llm_model_layer_llmlayer_validate_pack_2a12e1f4,node_agent_mmd_tool_layer_toollayer_validate_packaged_2855c827,validate_replay_packet_f309747e,node_agent_mmd_tool_layer_toollayer_ci_migrate_core_c_049f8460,node_agent_mmd_memory_vector_layer_memorylayer_ci_mig_0cd5b1a4,doctor_checks_5a2eb2b9,doctor_github_tool_checks_a53b0382,doctor_tool_checks_4acac51a,next_blocked_decisions_4140ad2b,policy_gate_213f7313,remediate_cli_output_cc165396,node_agent_mmd_orchestration_layer_orchestration_reme_359fe98f,node_agent_mmd_llm_model_layer_llmlayer_remediate_run_9e3d4585,node_agent_mmd_tool_layer_toollayer_remediate_runner__c003b871,node_agent_mmd_tool_layer_toollayer_review_gate_core__7704598b,node_agent_mmd_memory_vector_layer_memorylayer_review_5bee9816,index_1bc04b52,types_1_4ecdf56e,validation_constants_e002a0f6,validation_98c41dcd,node_agent_mmd_orchestration_layer_orchestration_chec_0550c395,node_agent_mmd_tool_layer_toollayer_checker_checker_2_453d593b,node_agent_mmd_memory_vector_layer_memorylayer_checke_a583eb4f,cli_args_1_6144b055,node_agent_mmd_orchestration_layer_orchestration_comm_6e41a7f7,node_agent_mmd_tool_layer_toollayer_command_capabilit_7fe13db1,node_agent_mmd_tool_layer_toollayer_command_capabilit_e97a4615,node_agent_mmd_memory_vector_layer_memorylayer_comman_c72a5d05,linear_command_actions_e430f4f4,node_agent_mmd_orchestration_layer_orchestration_line_b67affd5,node_agent_mmd_tool_layer_toollayer_linear_command_ru_d6763748,node_agent_mmd_orchestration_layer_orchestration_poli_3270b55d,node_agent_mmd_tool_layer_toollayer_policy_validators_af136abf,node_agent_mmd_memory_vector_layer_memorylayer_policy_1944de42,node_agent_mmd_orchestration_layer_orchestration_type_7cf81261,node_agent_mmd_tool_layer_toollayer_types_core_types__6c8319b6,node_agent_mmd_memory_vector_layer_memorylayer_types__83f369fa,node_agent_mmd_orchestration_layer_orchestration_vali_d9fe99e6,node_agent_mmd_tool_layer_toollayer_validator_core_va_6ef6131f,node_agent_mmd_memory_vector_layer_memorylayer_valida_41034356,validator_helpers_7b927667,node_agent_mmd_orchestration_layer_orchestration_he_p_fc778c24,node_agent_mmd_tool_layer_toollayer_he_phase_exit_cor_af016160,ralph_runtime_73d63c0e,observed_skill_usage_ed7d5930,closure_evidence_aaa31467,pr_creator_dc6b1ea4,client_948fe603,init_output_360dce91,scaffold_ci_templates_2afd6392,scaffold_codex_environment_templates_334fbbed,scaffold_config_templates_4b80ce53,node_agent_mmd_orchestration_layer_orchestration_scaf_c9a90c2f,node_agent_mmd_tool_layer_toollayer_scaffold_environm_c1afc013,node_agent_mmd_memory_vector_layer_memorylayer_scaffo_12b42341,scaffold_github_actions_pr_pipeline_renderer_1ee18de5,scaffold_github_actions_pr_pipeline_template_e2b85f62,scaffold_release_private_npm_template_075499f8,node_agent_mmd_llm_model_layer_llmlayer_constants_con_c9bd3f6c,node_agent_mmd_tool_layer_toollayer_constants_constan_9d71b829,index_8_6f0f20ec,validation_common_6161e48b,node_agent_mmd_tool_layer_toollayer_cli_cli_2_1_32d9eeaf,node_agent_mmd_memory_vector_layer_memorylayer_cli_cl_1f1f89ab,node_agent_mmd_tool_layer_toollayer_metrics_tracker_m_4c9237d8,node_agent_mmd_memory_vector_layer_memorylayer_metric_12562178,normalise_renderer_85f2e563,evaluation_engine_core_e054fe49,node_agent_mmd_orchestration_layer_orchestration_tool_cc43149f,node_agent_mmd_tool_layer_toollayer_tooling_baseline__61e66e9f,node_agent_mmd_memory_vector_layer_memorylayer_toolin_14f86b00,node_agent_mmd_llm_model_layer_llmlayer_prompt_contex_9683b128,node_agent_mmd_tool_layer_toollayer_prompt_context_dr_801c86ff,node_agent_mmd_memory_vector_layer_memorylayer_prompt_84937d91,node_agent_mmd_orchestration_layer_orchestration_prom_77088997,node_agent_mmd_llm_model_layer_llmlayer_prompt_contex_e5066b88,node_agent_mmd_tool_layer_toollayer_prompt_context_dr_bd82da46,node_agent_mmd_memory_vector_layer_memorylayer_prompt_efd77624,replay_packet_a1293f88,index_13_97df39c8,review_lifecycle_contract_e5447221,review_lifecycle_89afa64c,node_agent_mmd_tool_layer_toollayer_runtime_card_code_3636ceac,node_agent_mmd_memory_vector_layer_memorylayer_runtim_a5d23e7f,runtime_card_codex_runtime_0655e230,runtime_evidence_bundle_d471a232,types_35_93e66c64,index_16_373c8a49,projection_1b250ea1,types_37_32ccf9f9,validation_7_c4e6d8b6 toolNode
  classDef memNode fill:#555,color:#fff
-   class node_agent_mmd_orchestration_layer_orchestration_chec_7fd47f5c,node_agent_mmd_llm_model_layer_llmlayer_check_steerin_0e1bf90d,node_agent_mmd_tool_layer_toollayer_check_steering_fe_eafecf3a,node_agent_mmd_memory_vector_layer_memorylayer_check__64c86928,normalize_workflow_contracts_8701f1c8,sync_codex_preflight_7e7a8dc2,test_harness_upgrade_matrix_84113c4e,validate_workflow_contracts_33dc063c,branch_protect_core_a8feb0fd,node_agent_mmd_tool_layer_toollayer_ci_migrate_core_c_049f8460,node_agent_mmd_memory_vector_layer_memorylayer_ci_mig_0cd5b1a4,context_health_80bb7da9,node_agent_mmd_llm_model_layer_llmlayer_context_conte_ad2dfbd9,node_agent_mmd_memory_vector_layer_memorylayer_contex_78ceaaa9,docs_gate_core_eb9b6c18,node_agent_mmd_llm_model_layer_llmlayer_index_context_1041bd11,node_agent_mmd_memory_vector_layer_memorylayer_index__6f3402d0,local_memory_preflight_dcc36c42,memory_gate_a577a506,pattern_scope_siblings_43abe000,review_context_ca6cf81d,node_agent_mmd_tool_layer_toollayer_review_gate_core__7704598b,node_agent_mmd_memory_vector_layer_memorylayer_review_5bee9816,node_agent_mmd_llm_model_layer_llmlayer_search_search_66b9a911,node_agent_mmd_memory_vector_layer_memorylayer_search_ac35cb7e,session_context_e5ec72c0,node_agent_mmd_orchestration_layer_orchestration_tool_acfe0c01,node_agent_mmd_memory_vector_layer_memorylayer_toolin_a1185b8f,run_local_memory_preflight_36e92808,node_agent_mmd_orchestration_layer_orchestration_chec_0550c395,node_agent_mmd_tool_layer_toollayer_checker_checker_2_453d593b,node_agent_mmd_memory_vector_layer_memorylayer_checke_a583eb4f,node_agent_mmd_orchestration_layer_orchestration_cont_61b3b9c9,node_agent_mmd_memory_vector_layer_memorylayer_contex_fe0865d6,node_agent_mmd_orchestration_layer_orchestration_type_4f906dcc,node_agent_mmd_memory_vector_layer_memorylayer_types__9ad640a0,branch_protect_sync_570adb18,node_agent_mmd_tool_layer_toollayer_command_capabilit_e97a4615,node_agent_mmd_memory_vector_layer_memorylayer_comman_c72a5d05,node_agent_mmd_orchestration_layer_orchestration_comm_1f8cc24c,node_agent_mmd_llm_model_layer_llmlayer_command_specs_782af9fa,node_agent_mmd_memory_vector_layer_memorylayer_comman_111eb454,local_memory_preflight_command_spec_9e23f3ce,memory_gate_command_spec_dc9001a9,review_gate_command_spec_3187376a,session_context_command_spec_973afbb1,node_agent_mmd_llm_model_layer_llmlayer_constants_con_c9bd3f6c,node_agent_mmd_memory_vector_layer_memorylayer_consta_702d3f46,context_compact_policy_3dcaf95d,node_agent_mmd_llm_model_layer_llmlayer_index_index_1_02e160ff,node_agent_mmd_memory_vector_layer_memorylayer_index__752bc61e,node_agent_mmd_llm_model_layer_llmlayer_indexer_index_4f4deef5,node_agent_mmd_memory_vector_layer_memorylayer_indexe_93e6d86f,init_error_5c7dd49f,lexical_fallback_723e2b3e,node_agent_mmd_llm_model_layer_llmlayer_ollama_ollama_968b23fa,node_agent_mmd_memory_vector_layer_memorylayer_ollama_6d51be16,rollout_a4fa034c,sources_878a52fc,store_824d80d7,node_agent_mmd_llm_model_layer_llmlayer_sync_contract_9f3cc8c1,node_agent_mmd_memory_vector_layer_memorylayer_sync_c_e43418bc,types_7_2f1ed65e,harness_run_context_ac7c77a9,index_3_7e40d474,json_schema_core_96d7e328,node_agent_mmd_orchestration_layer_orchestration_poli_3270b55d,node_agent_mmd_tool_layer_toollayer_policy_validators_af136abf,node_agent_mmd_memory_vector_layer_memorylayer_policy_1944de42,node_agent_mmd_orchestration_layer_orchestration_type_7cf81261,node_agent_mmd_tool_layer_toollayer_types_core_types__6c8319b6,node_agent_mmd_memory_vector_layer_memorylayer_types__83f369fa,node_agent_mmd_orchestration_layer_orchestration_vali_d9fe99e6,node_agent_mmd_tool_layer_toollayer_validator_core_va_6ef6131f,node_agent_mmd_memory_vector_layer_memorylayer_valida_41034356,node_agent_mmd_orchestration_layer_orchestration_init_2a9c3ecb,node_agent_mmd_memory_vector_layer_memorylayer_init_m_333d02c5,node_agent_mmd_orchestration_layer_orchestration_proj_6ab6f60f,node_agent_mmd_memory_vector_layer_memorylayer_projec_3ae304d9,scaffold_diagram_templates_dd88e83c,node_agent_mmd_orchestration_layer_orchestration_scaf_12cc07db,node_agent_mmd_memory_vector_layer_memorylayer_scaffo_5fd73b94,node_agent_mmd_orchestration_layer_orchestration_scaf_c9a90c2f,node_agent_mmd_tool_layer_toollayer_scaffold_environm_c1afc013,node_agent_mmd_memory_vector_layer_memorylayer_scaffo_12b42341,scaffold_root_command_templates_404fed7f,scaffold_script_template_registry_69312d4e,scaffold_shell_templates_0ad0f915,scaffold_surfaces_12d6494e,node_agent_mmd_orchestration_layer_orchestration_scaf_ff8f92f6,node_agent_mmd_memory_vector_layer_memorylayer_scaffo_a86eece1,scaffold_workflow_template_92310587,eval_seed_5699fd3e,index_8_6f0f20ec,review_context_1_e3afed15,memory_gate_1_265164ac,branch_enforcer_acb749cd,cli_args_5_09ea29f0,node_agent_mmd_tool_layer_toollayer_cli_cli_2_1_32d9eeaf,node_agent_mmd_memory_vector_layer_memorylayer_cli_cl_1f1f89ab,node_agent_mmd_tool_layer_toollayer_metrics_tracker_m_4c9237d8,node_agent_mmd_memory_vector_layer_memorylayer_metric_12562178,types_17_ed30531c,validator_4_5180cf23,node_agent_mmd_orchestration_layer_orchestration_clas_899b821a,node_agent_mmd_memory_vector_layer_memorylayer_classi_1ebbf5ff,node_agent_mmd_orchestration_layer_orchestration_tool_cc43149f,node_agent_mmd_tool_layer_toollayer_tooling_baseline__61e66e9f,node_agent_mmd_memory_vector_layer_memorylayer_toolin_14f86b00,claim_helpers_20dc8387,types_22_f3cf4a73,local_memory_smoke_1175abfc,local_memory_0db17ecc,performance_overload_c685bfcf,node_agent_mmd_orchestration_layer_orchestration_sugg_85c5ebe3,node_agent_mmd_memory_vector_layer_memorylayer_sugges_267f408d,node_agent_mmd_llm_model_layer_llmlayer_prompt_contex_6426acc2,node_agent_mmd_memory_vector_layer_memorylayer_prompt_55c0d605,types_29_929d5a70,policy_1_fc4198db,node_agent_mmd_tool_layer_toollayer_runtime_card_code_3636ceac,node_agent_mmd_memory_vector_layer_memorylayer_runtim_a5d23e7f,cli_11_338a8415,collector_0736fd5b,types_32_bfe791ff,overload_guard_2748c559 memNode
+   class node_agent_mmd_orchestration_layer_orchestration_chec_7fd47f5c,node_agent_mmd_llm_model_layer_llmlayer_check_steerin_0e1bf90d,node_agent_mmd_tool_layer_toollayer_check_steering_fe_eafecf3a,node_agent_mmd_memory_vector_layer_memorylayer_check__64c86928,normalize_workflow_contracts_8701f1c8,sync_codex_preflight_7e7a8dc2,test_harness_upgrade_matrix_84113c4e,node_agent_mmd_llm_model_layer_llmlayer_validate_prom_9880f764,node_agent_mmd_memory_vector_layer_memorylayer_valida_c52c4db8,validate_runtime_packet_schemas_bc3ba8ec,validate_workflow_contracts_33dc063c,branch_protect_core_a8feb0fd,node_agent_mmd_tool_layer_toollayer_ci_migrate_core_c_049f8460,node_agent_mmd_memory_vector_layer_memorylayer_ci_mig_0cd5b1a4,context_health_80bb7da9,node_agent_mmd_llm_model_layer_llmlayer_context_conte_ad2dfbd9,node_agent_mmd_memory_vector_layer_memorylayer_contex_78ceaaa9,docs_gate_core_eb9b6c18,node_agent_mmd_llm_model_layer_llmlayer_index_context_1041bd11,node_agent_mmd_memory_vector_layer_memorylayer_index__6f3402d0,local_memory_preflight_dcc36c42,memory_gate_a577a506,pattern_scope_siblings_43abe000,review_context_ca6cf81d,node_agent_mmd_tool_layer_toollayer_review_gate_core__7704598b,node_agent_mmd_memory_vector_layer_memorylayer_review_5bee9816,node_agent_mmd_llm_model_layer_llmlayer_search_search_66b9a911,node_agent_mmd_memory_vector_layer_memorylayer_search_ac35cb7e,session_context_e5ec72c0,node_agent_mmd_orchestration_layer_orchestration_tool_acfe0c01,node_agent_mmd_memory_vector_layer_memorylayer_toolin_a1185b8f,run_local_memory_preflight_36e92808,node_agent_mmd_orchestration_layer_orchestration_chec_0550c395,node_agent_mmd_tool_layer_toollayer_checker_checker_2_453d593b,node_agent_mmd_memory_vector_layer_memorylayer_checke_a583eb4f,node_agent_mmd_orchestration_layer_orchestration_cont_61b3b9c9,node_agent_mmd_llm_model_layer_llmlayer_context_healt_cfc0bfa8,node_agent_mmd_memory_vector_layer_memorylayer_contex_3204aa0e,node_agent_mmd_orchestration_layer_orchestration_type_4f906dcc,node_agent_mmd_memory_vector_layer_memorylayer_types__9ad640a0,branch_protect_sync_570adb18,node_agent_mmd_tool_layer_toollayer_command_capabilit_e97a4615,node_agent_mmd_memory_vector_layer_memorylayer_comman_c72a5d05,node_agent_mmd_orchestration_layer_orchestration_comm_1f8cc24c,node_agent_mmd_llm_model_layer_llmlayer_command_specs_782af9fa,node_agent_mmd_memory_vector_layer_memorylayer_comman_111eb454,local_memory_preflight_command_spec_9e23f3ce,memory_gate_command_spec_dc9001a9,review_gate_command_spec_3187376a,session_context_command_spec_973afbb1,node_agent_mmd_llm_model_layer_llmlayer_constants_con_c9bd3f6c,node_agent_mmd_memory_vector_layer_memorylayer_consta_702d3f46,context_compact_policy_3dcaf95d,node_agent_mmd_llm_model_layer_llmlayer_index_index_1_02e160ff,node_agent_mmd_memory_vector_layer_memorylayer_index__752bc61e,node_agent_mmd_llm_model_layer_llmlayer_indexer_index_4f4deef5,node_agent_mmd_memory_vector_layer_memorylayer_indexe_93e6d86f,init_error_5c7dd49f,lexical_fallback_723e2b3e,node_agent_mmd_llm_model_layer_llmlayer_ollama_ollama_968b23fa,node_agent_mmd_memory_vector_layer_memorylayer_ollama_6d51be16,rollout_a4fa034c,sources_878a52fc,store_824d80d7,node_agent_mmd_llm_model_layer_llmlayer_sync_contract_9f3cc8c1,node_agent_mmd_memory_vector_layer_memorylayer_sync_c_e43418bc,types_7_2f1ed65e,harness_run_context_ac7c77a9,index_3_7e40d474,json_schema_core_96d7e328,node_agent_mmd_orchestration_layer_orchestration_poli_3270b55d,node_agent_mmd_tool_layer_toollayer_policy_validators_af136abf,node_agent_mmd_memory_vector_layer_memorylayer_policy_1944de42,node_agent_mmd_orchestration_layer_orchestration_type_7cf81261,node_agent_mmd_tool_layer_toollayer_types_core_types__6c8319b6,node_agent_mmd_memory_vector_layer_memorylayer_types__83f369fa,node_agent_mmd_orchestration_layer_orchestration_vali_d9fe99e6,node_agent_mmd_tool_layer_toollayer_validator_core_va_6ef6131f,node_agent_mmd_memory_vector_layer_memorylayer_valida_41034356,node_agent_mmd_orchestration_layer_orchestration_init_2a9c3ecb,node_agent_mmd_memory_vector_layer_memorylayer_init_m_333d02c5,node_agent_mmd_orchestration_layer_orchestration_proj_6ab6f60f,node_agent_mmd_memory_vector_layer_memorylayer_projec_3ae304d9,scaffold_diagram_templates_dd88e83c,node_agent_mmd_orchestration_layer_orchestration_scaf_12cc07db,node_agent_mmd_memory_vector_layer_memorylayer_scaffo_5fd73b94,node_agent_mmd_orchestration_layer_orchestration_scaf_c9a90c2f,node_agent_mmd_tool_layer_toollayer_scaffold_environm_c1afc013,node_agent_mmd_memory_vector_layer_memorylayer_scaffo_12b42341,scaffold_root_command_templates_404fed7f,scaffold_script_template_registry_69312d4e,scaffold_shell_templates_0ad0f915,scaffold_surfaces_12d6494e,node_agent_mmd_orchestration_layer_orchestration_scaf_ff8f92f6,node_agent_mmd_memory_vector_layer_memorylayer_scaffo_a86eece1,scaffold_workflow_template_92310587,eval_seed_5699fd3e,index_9_32dd4d91,review_context_1_e3afed15,memory_gate_1_265164ac,branch_enforcer_acb749cd,cli_args_5_09ea29f0,node_agent_mmd_tool_layer_toollayer_cli_cli_2_1_32d9eeaf,node_agent_mmd_memory_vector_layer_memorylayer_cli_cl_1f1f89ab,node_agent_mmd_tool_layer_toollayer_metrics_tracker_m_4c9237d8,node_agent_mmd_memory_vector_layer_memorylayer_metric_12562178,types_18_37582e2a,validator_4_5180cf23,node_agent_mmd_orchestration_layer_orchestration_clas_899b821a,node_agent_mmd_memory_vector_layer_memorylayer_classi_1ebbf5ff,node_agent_mmd_orchestration_layer_orchestration_tool_cc43149f,node_agent_mmd_tool_layer_toollayer_tooling_baseline__61e66e9f,node_agent_mmd_memory_vector_layer_memorylayer_toolin_14f86b00,claim_helpers_20dc8387,types_23_4352ee2e,local_memory_smoke_1175abfc,local_memory_0db17ecc,performance_overload_c685bfcf,node_agent_mmd_orchestration_layer_orchestration_sugg_85c5ebe3,node_agent_mmd_memory_vector_layer_memorylayer_sugges_267f408d,node_agent_mmd_llm_model_layer_llmlayer_prompt_contex_9683b128,node_agent_mmd_tool_layer_toollayer_prompt_context_dr_801c86ff,node_agent_mmd_memory_vector_layer_memorylayer_prompt_84937d91,node_agent_mmd_orchestration_layer_orchestration_prom_77088997,node_agent_mmd_llm_model_layer_llmlayer_prompt_contex_e5066b88,node_agent_mmd_tool_layer_toollayer_prompt_context_dr_bd82da46,node_agent_mmd_memory_vector_layer_memorylayer_prompt_efd77624,node_agent_mmd_llm_model_layer_llmlayer_prompt_contex_6426acc2,node_agent_mmd_memory_vector_layer_memorylayer_prompt_55c0d605,types_30_424b976c,policy_1_fc4198db,node_agent_mmd_tool_layer_toollayer_runtime_card_code_3636ceac,node_agent_mmd_memory_vector_layer_memorylayer_runtim_a5d23e7f,cli_11_338a8415,collector_0736fd5b,types_33_16e22a82,overload_guard_2748c559 memNode
